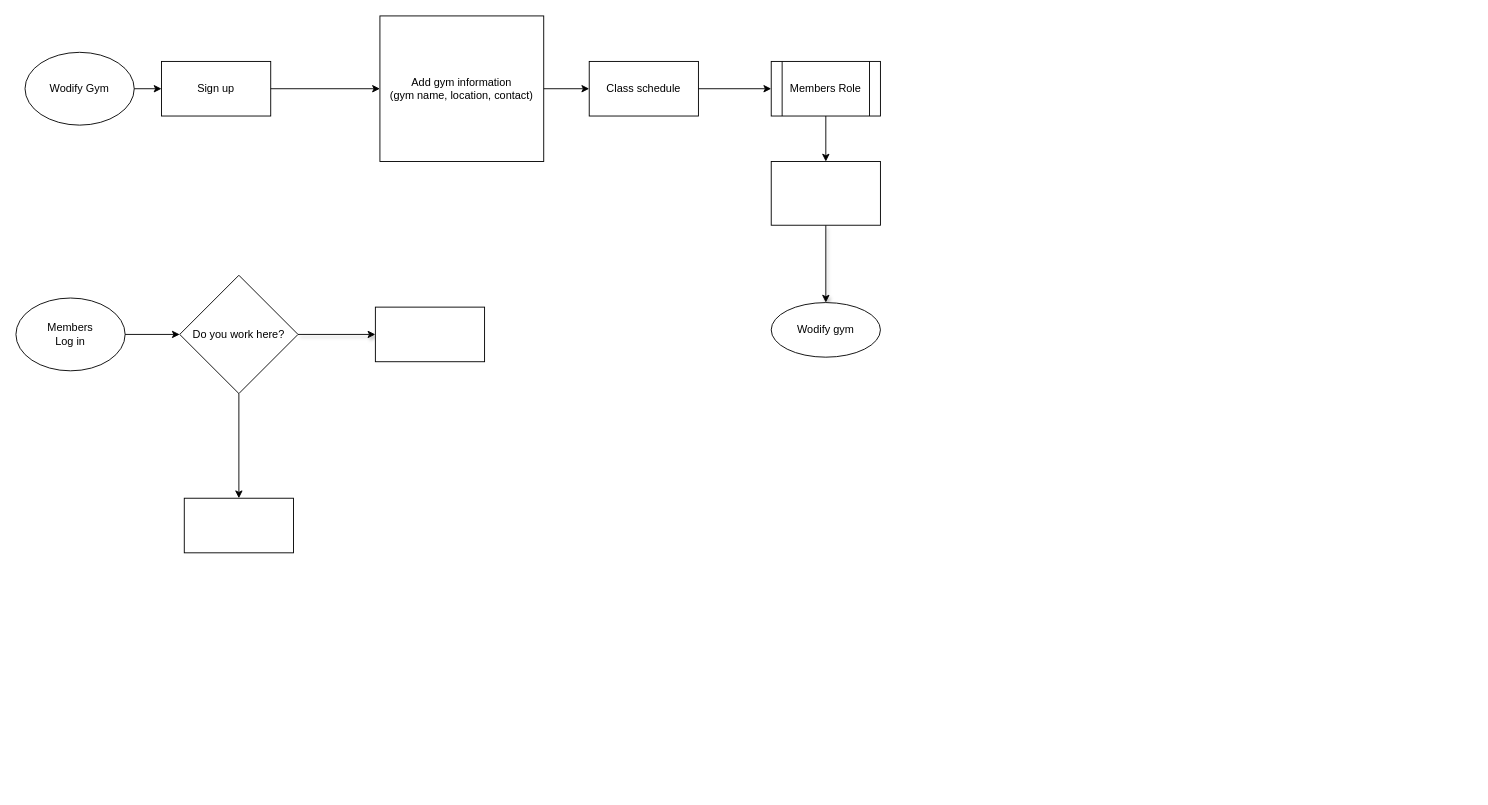
samuelroiz/WorkFlows_storage keeps this draw.io diagram as practice_wodify.drawio. Above is the earlier version. Source tidied: cells renumbered, new cells numbered last; positions are measured from the earlier drawing's top-left corner, leaving out a move shared by most shapes. Both pictures are drawn from the tidied source at 91%, with x=0, y=0 at pixel (15, 15).
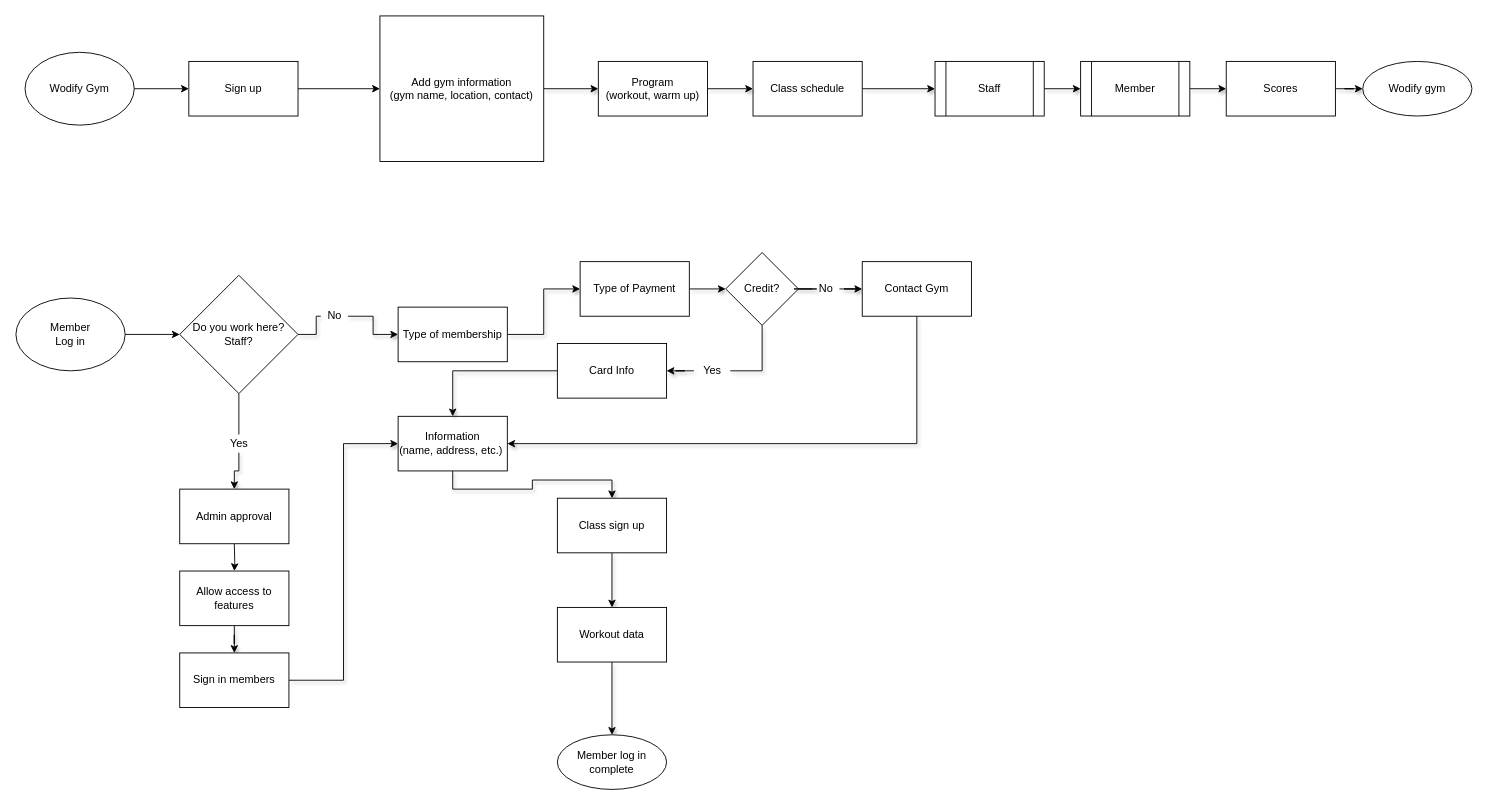
The same diagram, later.

Unchanged cells that the change refers to:
```xml
<mxCell id="2" value="Wodify Gym" style="ellipse;whiteSpace=wrap;html=1;" parent="1" vertex="1">
  <mxGeometry x="10" y="40" width="120" height="80" as="geometry" />
</mxCell>
<mxCell id="4" value="Add gym information&lt;br&gt;(gym name, location, contact)" style="rounded=0;whiteSpace=wrap;html=1;" parent="1" vertex="1">
  <mxGeometry x="400" width="180" height="160" as="geometry" />
</mxCell>
```

Diff of the diagram source:
```diff
@@
-    <mxCell id="3" style="endArrow=classic;html=1;rounded=0;exitX=1;exitY=0.5;exitDx=0;exitDy=0;" parent="1" edge="1" source="2">
-      <mxGeometry relative="1" as="geometry">
-        <mxPoint x="160" y="80" as="targetPoint" />
-      </mxGeometry>
+    <mxCell id="3" style="endArrow=classic;html=1;rounded=0;exitX=1;exitY=0.5;exitDx=0;exitDy=0;entryX=0;entryY=0.5;entryDx=0;entryDy=0;" parent="1" edge="1" source="2" target="6">
+      <mxGeometry relative="1" as="geometry" />
     </mxCell>
+    <mxCell id="22" style="edgeStyle=orthogonalEdgeStyle;rounded=0;jettySize=auto;html=1;shadow=1;" parent="1" edge="1" source="4" target="27">
+      <mxGeometry relative="1" as="geometry" />
+    </mxCell>
@@
-    <mxCell id="5" style="endArrow=classic;html=1;rounded=0;exitX=1;exitY=0.5;exitDx=0;exitDy=0;entryX=0;entryY=0.5;entryDx=0;entryDy=0;" parent="1" edge="1" source="4" target="15">
-      <mxGeometry relative="1" as="geometry" />
-    </mxCell>
     <mxCell id="6" value="Sign up" style="rounded=0;whiteSpace=wrap;html=1;" parent="1" vertex="1">
-      <mxGeometry x="160" y="50" width="120" height="60" as="geometry" />
+      <mxGeometry x="190" y="50" width="120" height="60" as="geometry" />
     </mxCell>
@@
-    <mxCell id="8" value="Members&lt;br&gt;Log in" style="ellipse;whiteSpace=wrap;html=1;" parent="1" vertex="1">
+    <mxCell id="8" value="Member&lt;br&gt;Log in" style="ellipse;whiteSpace=wrap;html=1;" parent="1" vertex="1">
       <mxGeometry y="310" width="120" height="80" as="geometry" />
     </mxCell>
@@
-    <mxCell id="10" style="edgeStyle=orthogonalEdgeStyle;rounded=0;jettySize=auto;html=1;shadow=1;" parent="1" edge="1" source="12" target="13">
+    <mxCell id="10" style="edgeStyle=orthogonalEdgeStyle;rounded=0;jettySize=auto;html=1;shadow=1;startArrow=none;" parent="1" edge="1" source="28" target="13">
       <mxGeometry relative="1" as="geometry" />
     </mxCell>
-    <mxCell id="11" style="edgeStyle=orthogonalEdgeStyle;rounded=0;jettySize=auto;html=1;" parent="1" edge="1" source="12" target="14">
-      <mxGeometry relative="1" as="geometry" />
+    <mxCell id="11" style="edgeStyle=orthogonalEdgeStyle;rounded=0;jettySize=auto;html=1;startArrow=none;" parent="1" edge="1" target="14">
+      <mxGeometry relative="1" as="geometry">
+        <mxPoint x="240" y="580" as="sourcePoint" />
+      </mxGeometry>
     </mxCell>
-    <mxCell id="12" value="Do you work here?" style="rhombus;whiteSpace=wrap;html=1;" parent="1" vertex="1">
+    <mxCell id="12" value="Do you work here? Staff?" style="rhombus;whiteSpace=wrap;html=1;" parent="1" vertex="1">
       <mxGeometry x="180" y="285" width="130" height="130" as="geometry" />
     </mxCell>
+    <mxCell id="23" style="edgeStyle=orthogonalEdgeStyle;rounded=0;jettySize=auto;html=1;shadow=1;" parent="1" edge="1" source="13" target="50">
+      <mxGeometry relative="1" as="geometry" />
+    </mxCell>
-    <mxCell id="13" style="whiteSpace=wrap;html=1;" parent="1" vertex="1">
-      <mxGeometry x="395" y="320" width="120" height="60" as="geometry" />
+    <mxCell id="13" value="&lt;span&gt;Type of membership&lt;/span&gt;" style="whiteSpace=wrap;html=1;" parent="1" vertex="1">
+      <mxGeometry x="420" y="320" width="120" height="60" as="geometry" />
     </mxCell>
+    <mxCell id="24" style="edgeStyle=orthogonalEdgeStyle;rounded=0;jettySize=auto;html=1;shadow=1;" parent="1" edge="1" source="14" target="40">
+      <mxGeometry relative="1" as="geometry" />
+    </mxCell>
-    <mxCell id="14" style="whiteSpace=wrap;html=1;" parent="1" vertex="1">
-      <mxGeometry x="185" y="530" width="120" height="60" as="geometry" />
+    <mxCell id="14" value="Allow access to features" style="whiteSpace=wrap;html=1;" parent="1" vertex="1">
+      <mxGeometry x="180" y="610" width="120" height="60" as="geometry" />
     </mxCell>
+    <mxCell id="25" style="edgeStyle=orthogonalEdgeStyle;rounded=0;jettySize=auto;html=1;shadow=1;" parent="1" edge="1" source="15" target="46">
+      <mxGeometry relative="1" as="geometry" />
+    </mxCell>
     <mxCell id="15" value="Class schedule" style="whiteSpace=wrap;html=1;" parent="1" vertex="1">
-      <mxGeometry x="630" y="50" width="120" height="60" as="geometry" />
+      <mxGeometry x="810" y="50" width="120" height="60" as="geometry" />
     </mxCell>
-    <mxCell id="16" style="edgeStyle=orthogonalEdgeStyle;rounded=0;jettySize=auto;html=1;" parent="1" edge="1" source="17" target="20">
-      <mxGeometry relative="1" as="geometry" />
-    </mxCell>
-    <mxCell id="17" value="Members Role" style="shape=process;whiteSpace=wrap;html=1;backgroundOutline=1;" parent="1" vertex="1">
-      <mxGeometry x="830" y="50" width="120" height="60" as="geometry" />
-    </mxCell>
-    <mxCell id="18" style="endArrow=classic;html=1;rounded=0;exitX=1;exitY=0.5;exitDx=0;exitDy=0;entryX=0;entryY=0.5;entryDx=0;entryDy=0;" parent="1" edge="1" source="15" target="17">
-      <mxGeometry relative="1" as="geometry" />
-    </mxCell>
-    <mxCell id="19" style="edgeStyle=orthogonalEdgeStyle;rounded=0;jettySize=auto;html=1;shadow=1;" parent="1" edge="1" source="20" target="21">
-      <mxGeometry relative="1" as="geometry" />
-    </mxCell>
-    <mxCell id="20" style="whiteSpace=wrap;html=1;" parent="1" vertex="1">
-      <mxGeometry x="830" y="160" width="120" height="70" as="geometry" />
-    </mxCell>
     <mxCell id="21" value="Wodify gym" style="ellipse;whiteSpace=wrap;html=1;" parent="1" vertex="1">
-      <mxGeometry x="830" y="315" width="120" height="60" as="geometry" />
+      <mxGeometry x="1480" y="50" width="120" height="60" as="geometry" />
     </mxCell>
+    <mxCell id="26" style="edgeStyle=orthogonalEdgeStyle;rounded=0;jettySize=auto;html=1;shadow=1;" parent="1" edge="1" source="27" target="15">
+      <mxGeometry relative="1" as="geometry" />
+    </mxCell>
+    <mxCell id="27" value="Program&lt;br&gt;(workout, warm up)" style="whiteSpace=wrap;html=1;rounded=0;" parent="1" vertex="1">
+      <mxGeometry x="640" y="50" width="120" height="60" as="geometry" />
+    </mxCell>
+    <mxCell id="28" value="No" style="text;html=1;align=center;verticalAlign=middle;points=[];fillColor=none;strokeColor=none;rounded=0;" parent="1" vertex="1">
+      <mxGeometry x="335" y="320" width="30" height="20" as="geometry" />
+    </mxCell>
+    <mxCell id="29" style="edgeStyle=orthogonalEdgeStyle;rounded=0;jettySize=auto;html=1;shadow=1;endArrow=none;" parent="1" edge="1" source="12" target="28">
+      <mxGeometry relative="1" as="geometry" />
+    </mxCell>
+    <mxCell id="30" style="edgeStyle=orthogonalEdgeStyle;rounded=0;jettySize=auto;html=1;shadow=1;" parent="1" edge="1" source="31" target="42">
+      <mxGeometry relative="1" as="geometry" />
+    </mxCell>
+    <mxCell id="31" value="Yes" style="text;html=1;align=center;verticalAlign=middle;points=[];fillColor=none;strokeColor=none;rounded=0;" parent="1" vertex="1">
+      <mxGeometry x="225" y="460" width="40" height="20" as="geometry" />
+    </mxCell>
+    <mxCell id="32" style="edgeStyle=orthogonalEdgeStyle;rounded=0;jettySize=auto;html=1;endArrow=none;" parent="1" edge="1" source="12" target="31">
+      <mxGeometry relative="1" as="geometry" />
+    </mxCell>
+    <mxCell id="33" style="edgeStyle=orthogonalEdgeStyle;rounded=0;jettySize=auto;html=1;shadow=1;exitX=0.5;exitY=1;exitDx=0;exitDy=0;" parent="1" edge="1" source="34" target="36">
+      <mxGeometry relative="1" as="geometry" />
+    </mxCell>
+    <mxCell id="34" value="Information &lt;br&gt;(name, address, etc.)&amp;nbsp;" style="whiteSpace=wrap;html=1;" parent="1" vertex="1">
+      <mxGeometry x="420" y="440" width="120" height="60" as="geometry" />
+    </mxCell>
+    <mxCell id="35" style="edgeStyle=orthogonalEdgeStyle;rounded=0;jettySize=auto;html=1;shadow=1;" parent="1" edge="1" source="36" target="38">
+      <mxGeometry relative="1" as="geometry" />
+    </mxCell>
+    <mxCell id="36" value="Class sign up" style="whiteSpace=wrap;html=1;" parent="1" vertex="1">
+      <mxGeometry x="595" y="530" width="120" height="60" as="geometry" />
+    </mxCell>
+    <mxCell id="37" style="edgeStyle=orthogonalEdgeStyle;rounded=0;jettySize=auto;html=1;shadow=1;" parent="1" edge="1" source="38" target="41">
+      <mxGeometry relative="1" as="geometry" />
+    </mxCell>
+    <mxCell id="38" value="Workout data" style="whiteSpace=wrap;html=1;" parent="1" vertex="1">
+      <mxGeometry x="595" y="650" width="120" height="60" as="geometry" />
+    </mxCell>
+    <mxCell id="39" style="edgeStyle=orthogonalEdgeStyle;rounded=0;jettySize=auto;html=1;exitX=1;exitY=0.5;exitDx=0;exitDy=0;entryX=0;entryY=0.5;entryDx=0;entryDy=0;shadow=1;" parent="1" edge="1" source="40" target="34">
+      <mxGeometry relative="1" as="geometry" />
+    </mxCell>
+    <mxCell id="40" value="Sign in members" style="whiteSpace=wrap;html=1;" parent="1" vertex="1">
+      <mxGeometry x="180" y="700" width="120" height="60" as="geometry" />
+    </mxCell>
+    <mxCell id="41" value="Member log in complete" style="ellipse;whiteSpace=wrap;html=1;" parent="1" vertex="1">
+      <mxGeometry x="595" y="790" width="120" height="60" as="geometry" />
+    </mxCell>
+    <mxCell id="42" value="Admin approval" style="rounded=0;whiteSpace=wrap;html=1;" parent="1" vertex="1">
+      <mxGeometry x="180" y="520" width="120" height="60" as="geometry" />
+    </mxCell>
+    <mxCell id="43" style="edgeStyle=orthogonalEdgeStyle;rounded=0;jettySize=auto;html=1;shadow=1;" parent="1" edge="1" source="44" target="21">
+      <mxGeometry relative="1" as="geometry" />
+    </mxCell>
+    <mxCell id="44" value="Scores" style="whiteSpace=wrap;html=1;" parent="1" vertex="1">
+      <mxGeometry x="1330" y="50" width="120" height="60" as="geometry" />
+    </mxCell>
+    <mxCell id="45" style="edgeStyle=orthogonalEdgeStyle;rounded=0;jettySize=auto;html=1;shadow=1;exitX=1;exitY=0.5;exitDx=0;exitDy=0;" parent="1" edge="1" source="46" target="48">
+      <mxGeometry relative="1" as="geometry" />
+    </mxCell>
+    <mxCell id="46" value="Staff" style="shape=process;whiteSpace=wrap;html=1;backgroundOutline=1;" parent="1" vertex="1">
+      <mxGeometry x="1010" y="50" width="120" height="60" as="geometry" />
+    </mxCell>
+    <mxCell id="47" style="edgeStyle=orthogonalEdgeStyle;rounded=0;jettySize=auto;html=1;shadow=1;" parent="1" edge="1" source="48" target="44">
+      <mxGeometry relative="1" as="geometry" />
+    </mxCell>
+    <mxCell id="48" value="Member" style="shape=process;whiteSpace=wrap;html=1;backgroundOutline=1;" parent="1" vertex="1">
+      <mxGeometry x="1170" y="50" width="120" height="60" as="geometry" />
+    </mxCell>
+    <mxCell id="49" style="edgeStyle=orthogonalEdgeStyle;rounded=0;jettySize=auto;html=1;shadow=1;" parent="1" edge="1" source="50" target="52">
+      <mxGeometry relative="1" as="geometry" />
+    </mxCell>
+    <mxCell id="50" value="Type of Payment" style="whiteSpace=wrap;html=1;" parent="1" vertex="1">
+      <mxGeometry x="620" y="270" width="120" height="60" as="geometry" />
+    </mxCell>
+    <mxCell id="51" style="edgeStyle=orthogonalEdgeStyle;rounded=0;jettySize=auto;html=1;shadow=1;startArrow=none;" parent="1" edge="1" source="60" target="59">
+      <mxGeometry relative="1" as="geometry" />
+    </mxCell>
+    <mxCell id="52" value="Credit?" style="rhombus;whiteSpace=wrap;html=1;" parent="1" vertex="1">
+      <mxGeometry x="780" y="260" width="80" height="80" as="geometry" />
+    </mxCell>
+    <mxCell id="53" style="edgeStyle=orthogonalEdgeStyle;rounded=0;jettySize=auto;html=1;shadow=1;" parent="1" edge="1" source="54" target="57">
+      <mxGeometry relative="1" as="geometry" />
+    </mxCell>
+    <mxCell id="54" value="Yes" style="text;html=1;align=center;verticalAlign=middle;points=[];fillColor=none;strokeColor=none;rounded=0;" parent="1" vertex="1">
+      <mxGeometry x="745" y="380" width="40" height="20" as="geometry" />
+    </mxCell>
+    <mxCell id="55" style="edgeStyle=orthogonalEdgeStyle;rounded=0;jettySize=auto;html=1;entryX=1;entryY=0.5;entryDx=0;entryDy=0;shadow=1;endArrow=none;" parent="1" edge="1" source="52" target="54">
+      <mxGeometry relative="1" as="geometry">
+        <Array as="points">
+          <mxPoint x="820" y="390" />
+        </Array>
+      </mxGeometry>
+    </mxCell>
+    <mxCell id="56" style="edgeStyle=orthogonalEdgeStyle;rounded=0;jettySize=auto;html=1;exitX=0;exitY=0.5;exitDx=0;exitDy=0;shadow=1;" parent="1" edge="1" source="57" target="34">
+      <mxGeometry relative="1" as="geometry">
+        <Array as="points">
+          <mxPoint x="480" y="390" />
+        </Array>
+      </mxGeometry>
+    </mxCell>
+    <mxCell id="57" value="Card Info" style="whiteSpace=wrap;html=1;" parent="1" vertex="1">
+      <mxGeometry x="595" y="360" width="120" height="60" as="geometry" />
+    </mxCell>
+    <mxCell id="58" style="edgeStyle=orthogonalEdgeStyle;rounded=0;jettySize=auto;html=1;exitX=0.5;exitY=1;exitDx=0;exitDy=0;entryX=1;entryY=0.5;entryDx=0;entryDy=0;shadow=1;" parent="1" edge="1" source="59" target="34">
+      <mxGeometry relative="1" as="geometry" />
+    </mxCell>
+    <mxCell id="59" value="Contact Gym" style="whiteSpace=wrap;html=1;" parent="1" vertex="1">
+      <mxGeometry x="930" y="270" width="120" height="60" as="geometry" />
+    </mxCell>
+    <mxCell id="60" value="No" style="text;html=1;align=center;verticalAlign=middle;points=[];fillColor=none;strokeColor=none;rounded=0;" parent="1" vertex="1">
+      <mxGeometry x="875" y="290" width="30" height="20" as="geometry" />
+    </mxCell>
+    <mxCell id="61" style="edgeStyle=orthogonalEdgeStyle;rounded=0;jettySize=auto;html=1;shadow=1;endArrow=none;" parent="1" edge="1" source="52" target="60">
+      <mxGeometry relative="1" as="geometry" />
+    </mxCell>
```
